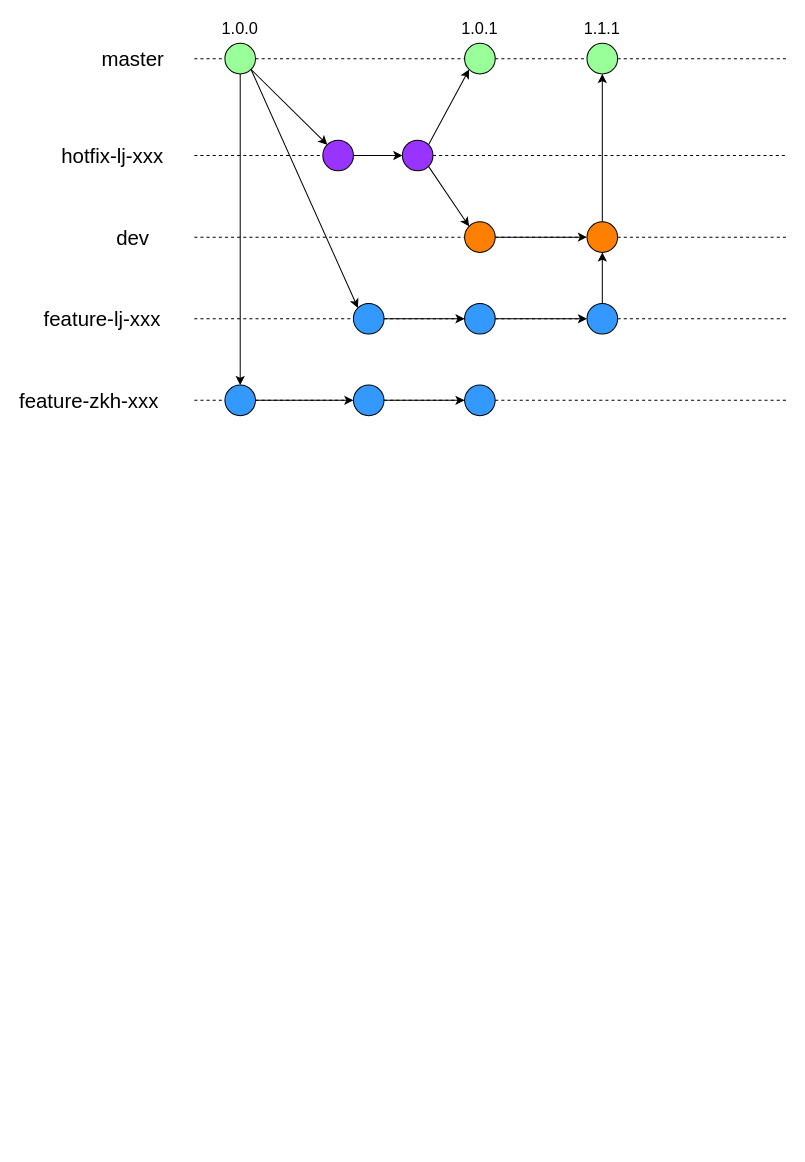
Earlier version of the draw.io diagram git流程规范.drawio (care526/draw.io.files). Source tidied: cells renumbered, new cells numbered last; positions are measured from the earlier drawing's top-left corner, leaving out a move shared by most shapes. Both pictures are drawn from the tidied source at 102%, with x=0, y=0 at pixel (17, 17).
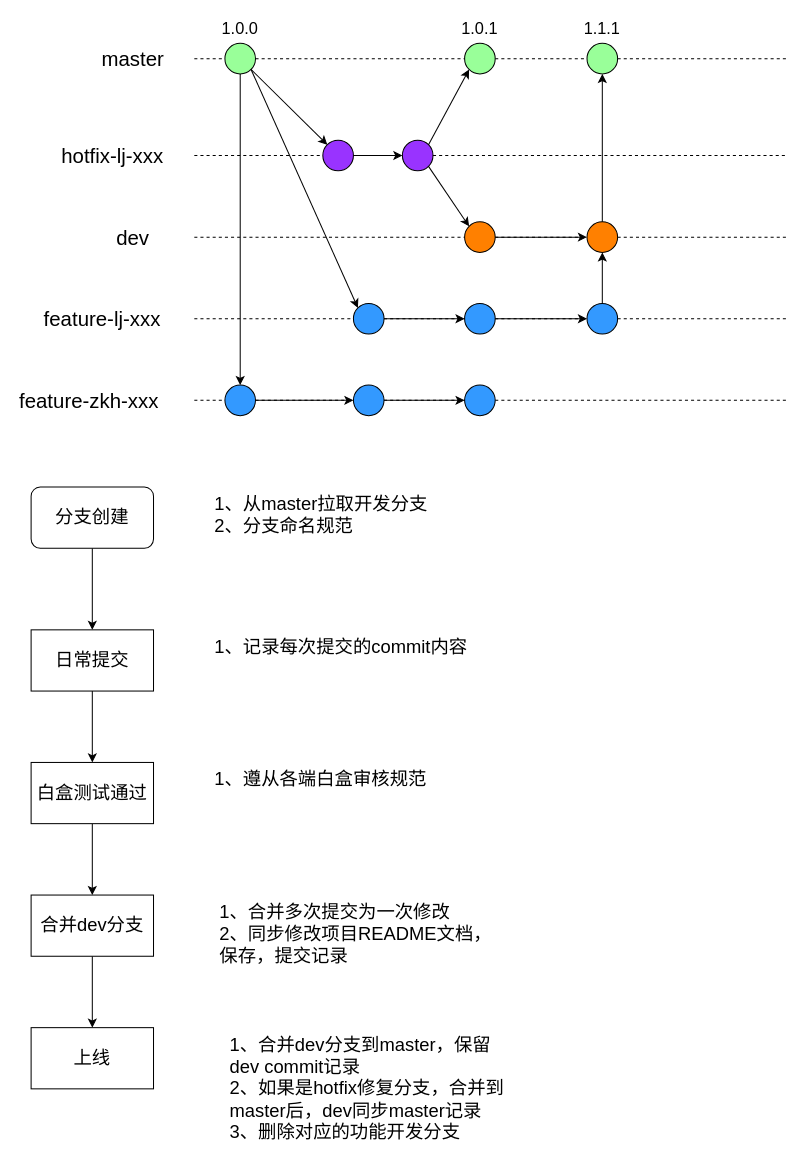
Above is the later version.

The edit, as a diff of the source:
```diff
@@
+    <mxCell id="54" style="edgeStyle=orthogonalEdgeStyle;rounded=0;jettySize=auto;html=1;exitX=0.5;exitY=1;exitDx=0;exitDy=0;entryX=0.5;entryY=0;entryDx=0;entryDy=0;fontSize=18;" parent="1" edge="1" source="55" target="60">
+      <mxGeometry relative="1" as="geometry" />
+    </mxCell>
+    <mxCell id="55" value="&lt;font style=&quot;font-size: 18px&quot;&gt;分支创建&lt;/font&gt;" style="rounded=1;whiteSpace=wrap;html=1;" parent="1" vertex="1">
+      <mxGeometry x="13" y="460" width="120" height="60" as="geometry" />
+    </mxCell>
+    <mxCell id="56" style="edgeStyle=orthogonalEdgeStyle;rounded=0;jettySize=auto;html=1;fontSize=18;" parent="1" edge="1" source="57" target="58">
+      <mxGeometry relative="1" as="geometry" />
+    </mxCell>
+    <mxCell id="57" value="合并dev分支" style="rounded=0;whiteSpace=wrap;html=1;fontSize=18;" parent="1" vertex="1">
+      <mxGeometry x="13" y="860" width="120" height="60" as="geometry" />
+    </mxCell>
+    <mxCell id="58" value="上线" style="rounded=0;whiteSpace=wrap;html=1;fontSize=18;" parent="1" vertex="1">
+      <mxGeometry x="13" y="990" width="120" height="60" as="geometry" />
+    </mxCell>
+    <mxCell id="59" style="edgeStyle=orthogonalEdgeStyle;rounded=0;jettySize=auto;html=1;fontSize=18;" parent="1" edge="1" source="60" target="62">
+      <mxGeometry relative="1" as="geometry" />
+    </mxCell>
+    <mxCell id="60" value="日常提交" style="rounded=0;whiteSpace=wrap;html=1;fontSize=18;" parent="1" vertex="1">
+      <mxGeometry x="13" y="600" width="120" height="60" as="geometry" />
+    </mxCell>
+    <mxCell id="61" style="edgeStyle=orthogonalEdgeStyle;rounded=0;jettySize=auto;html=1;fontSize=18;" parent="1" edge="1" source="62" target="57">
+      <mxGeometry relative="1" as="geometry" />
+    </mxCell>
+    <mxCell id="62" value="白盒测试通过" style="rounded=0;whiteSpace=wrap;html=1;fontSize=18;" parent="1" vertex="1">
+      <mxGeometry x="13" y="730" width="120" height="60" as="geometry" />
+    </mxCell>
+    <mxCell id="63" value="1、从master拉取开发分支&lt;br&gt;2、分支命名规范" style="text;html=1;strokeColor=none;fillColor=none;align=left;verticalAlign=top;whiteSpace=wrap;rounded=0;fontSize=18;" parent="1" vertex="1">
+      <mxGeometry x="191" y="460" width="277" height="60" as="geometry" />
+    </mxCell>
+    <mxCell id="64" value="1、记录每次提交的commit内容" style="text;html=1;strokeColor=none;fillColor=none;align=left;verticalAlign=top;whiteSpace=wrap;rounded=0;fontSize=18;" parent="1" vertex="1">
+      <mxGeometry x="191" y="600" width="277" height="60" as="geometry" />
+    </mxCell>
+    <mxCell id="65" value="1、遵从各端白盒审核规范" style="text;html=1;strokeColor=none;fillColor=none;align=left;verticalAlign=top;whiteSpace=wrap;rounded=0;fontSize=18;" parent="1" vertex="1">
+      <mxGeometry x="191" y="730" width="277" height="60" as="geometry" />
+    </mxCell>
+    <mxCell id="66" value="1、合并多次提交为一次修改&lt;br&gt;2、同步修改项目README文档，保存，提交记录" style="text;html=1;strokeColor=none;fillColor=none;align=left;verticalAlign=top;whiteSpace=wrap;rounded=0;fontSize=18;" parent="1" vertex="1">
+      <mxGeometry x="196" y="860" width="277" height="60" as="geometry" />
+    </mxCell>
+    <mxCell id="67" value="1、合并dev分支到master，保留dev commit记录&lt;br&gt;2、如果是hotfix修复分支，合并到master后，dev同步master记录&lt;br&gt;3、删除对应的功能开发分支" style="text;html=1;strokeColor=none;fillColor=none;align=left;verticalAlign=top;whiteSpace=wrap;rounded=0;fontSize=18;" parent="1" vertex="1">
+      <mxGeometry x="205.5" y="990" width="277" height="60" as="geometry" />
+    </mxCell>
```
